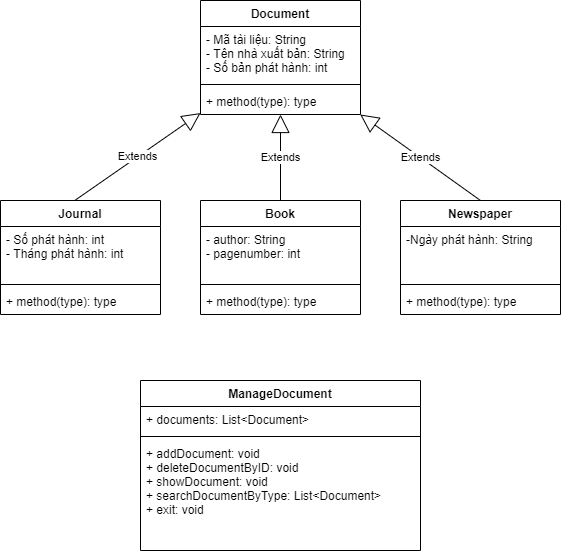
Before: unit2/UML_unit2.png, a diagram exported from draw.io (Tarykege/Java-assignment). Source tidied: cells renumbered, new cells last; positions are measured from the earlier drawing's top-left corner, leaving out a move shared by most shapes.
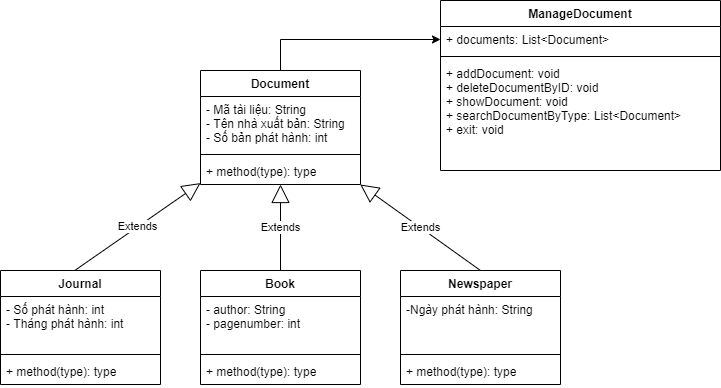
Above is the later version.

Change to the diagram source:
```diff
@@ -38,6 +38,9 @@
     <mxCell id="13" value="+ method(type): type" style="text;strokeColor=none;fillColor=none;align=left;verticalAlign=top;spacingLeft=4;spacingRight=4;overflow=hidden;" parent="10" vertex="1">
       <mxGeometry y="88" width="160" height="26" as="geometry" />
     </mxCell>
+    <mxCell id="25" style="edgeStyle=orthogonalEdgeStyle;rounded=0;jettySize=auto;html=1;entryX=0;entryY=0.5;entryDx=0;entryDy=0;" parent="1" edge="1" source="14" target="22">
+      <mxGeometry relative="1" as="geometry" />
+    </mxCell>
     <mxCell id="14" value="Document" style="swimlane;fontStyle=1;align=center;verticalAlign=top;horizontal=1;startSize=26;" parent="1" vertex="1">
       <mxGeometry x="200" width="160" height="114" as="geometry" />
     </mxCell>
@@ -60,7 +63,7 @@
       <mxGeometry relative="1" as="geometry" />
     </mxCell>
     <mxCell id="21" value="ManageDocument" style="swimlane;fontStyle=1;align=center;verticalAlign=top;horizontal=1;startSize=26;" parent="1" vertex="1">
-      <mxGeometry x="140" y="380" width="280" height="170" as="geometry" />
+      <mxGeometry x="440" y="-70" width="280" height="170" as="geometry" />
     </mxCell>
     <mxCell id="22" value="+ documents: List&lt;Document&gt;" style="text;strokeColor=none;fillColor=none;align=left;verticalAlign=top;spacingLeft=4;spacingRight=4;overflow=hidden;points=[[0,0.5],[1,0.5]];portConstraint=eastwest;" parent="21" vertex="1">
       <mxGeometry y="26" width="280" height="26" as="geometry" />
```
